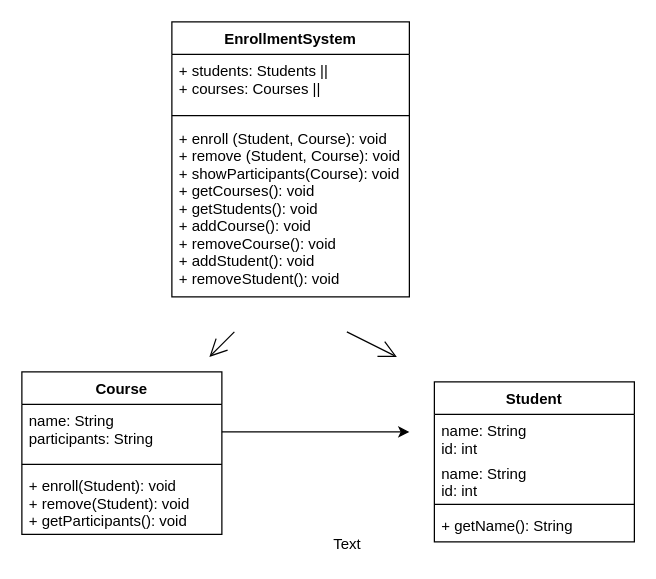
Before: Untitled Diagram.drawio in Dream2903/Assignments, a draw.io diagram. Source tidied: cells renumbered, new cells numbered last; positions are measured from the earlier drawing's top-left corner, leaving out a move shared by most shapes. Both pictures are drawn from the tidied source at 125%, with x=0, y=0 at pixel (21, 21).
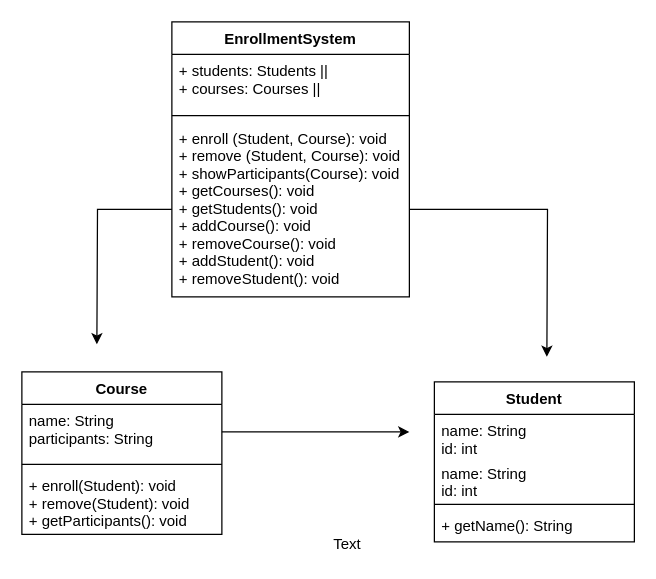
After the change.

Unchanged cells that the change refers to:
```xml
<mxCell id="5" value="+ enroll (Student, Course): void&#10;+ remove (Student, Course): void&#10;+ showParticipants(Course): void&#10;+ getCourses(): void&#10;+ getStudents(): void&#10;+ addCourse(): void&#10;+ removeCourse(): void&#10;+ addStudent(): void&#10;+ removeStudent(): void" style="text;strokeColor=none;fillColor=none;align=left;verticalAlign=top;spacingLeft=4;spacingRight=4;overflow=hidden;points=[[0,0.5],[1,0.5]];portConstraint=eastwest;" parent="2" vertex="1">
  <mxGeometry y="80" width="190" height="140" as="geometry" />
</mxCell>
```

The edit, as a diff of the source:
```diff
@@
-    <mxCell id="17" style="endArrow=open;endFill=1;endSize=12;html=1;" parent="1" edge="1">
-      <mxGeometry relative="1" as="geometry">
-        <mxPoint x="170" y="248" as="sourcePoint" />
-        <mxPoint x="150" y="268" as="targetPoint" />
-      </mxGeometry>
-    </mxCell>
-    <mxCell id="18" style="endArrow=open;endFill=1;endSize=12;html=1;" parent="1" edge="1">
-      <mxGeometry relative="1" as="geometry">
-        <mxPoint x="260" y="248" as="sourcePoint" />
-        <mxPoint x="300" y="268" as="targetPoint" />
-      </mxGeometry>
-    </mxCell>
+    <mxCell id="19" style="edgeStyle=orthogonalEdgeStyle;rounded=0;jettySize=auto;html=1;" parent="1" edge="1" source="5">
+      <mxGeometry relative="1" as="geometry">
+        <mxPoint x="420" y="268" as="targetPoint" />
+      </mxGeometry>
+    </mxCell>
+    <mxCell id="20" style="edgeStyle=orthogonalEdgeStyle;rounded=0;jettySize=auto;html=1;" parent="1" edge="1" source="5">
+      <mxGeometry relative="1" as="geometry">
+        <mxPoint x="60" y="258" as="targetPoint" />
+      </mxGeometry>
+    </mxCell>
```
